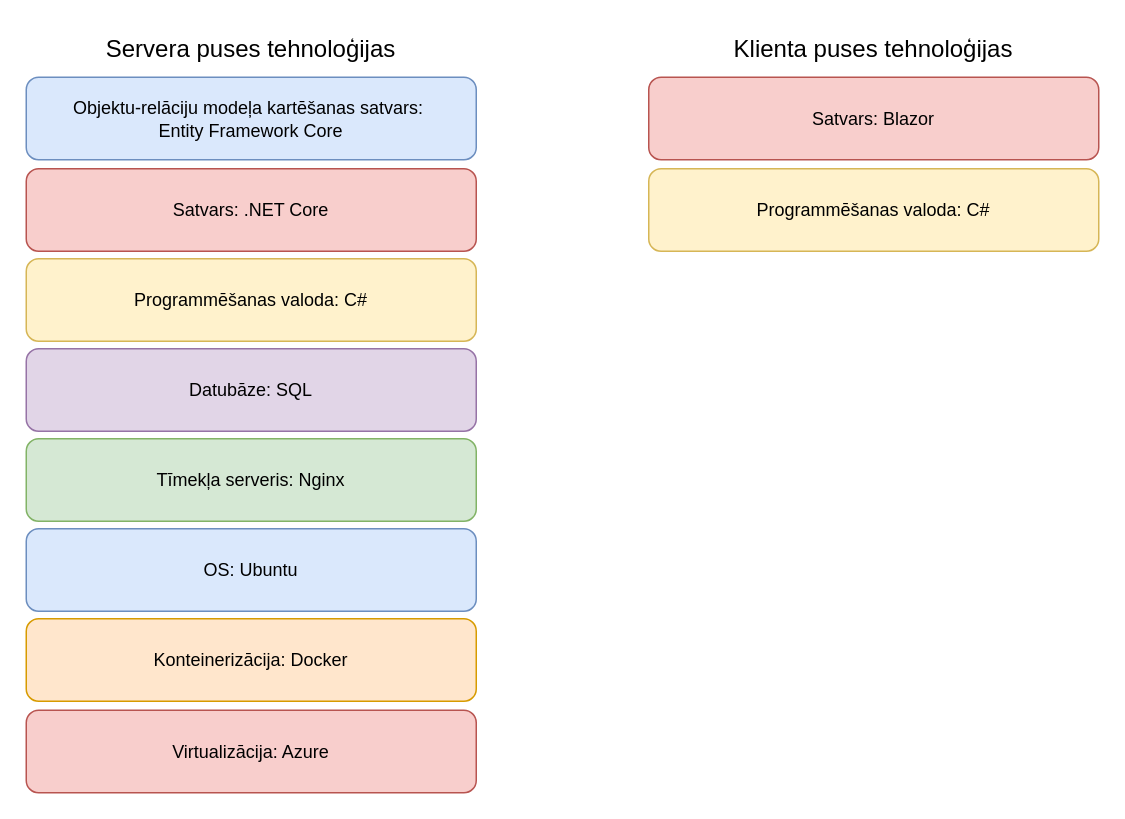
danielsculka/projektesanas-laboratorija keeps this draw.io diagram as diagrams/TehnologijuSteks.drawio. Above is the earlier version. Source tidied: cells renumbered, new cells numbered last; positions are measured from the earlier drawing's top-left corner, leaving out a move shared by most shapes. Both pictures are drawn from the tidied source at 150%, with x=0, y=0 at pixel (26, 26).
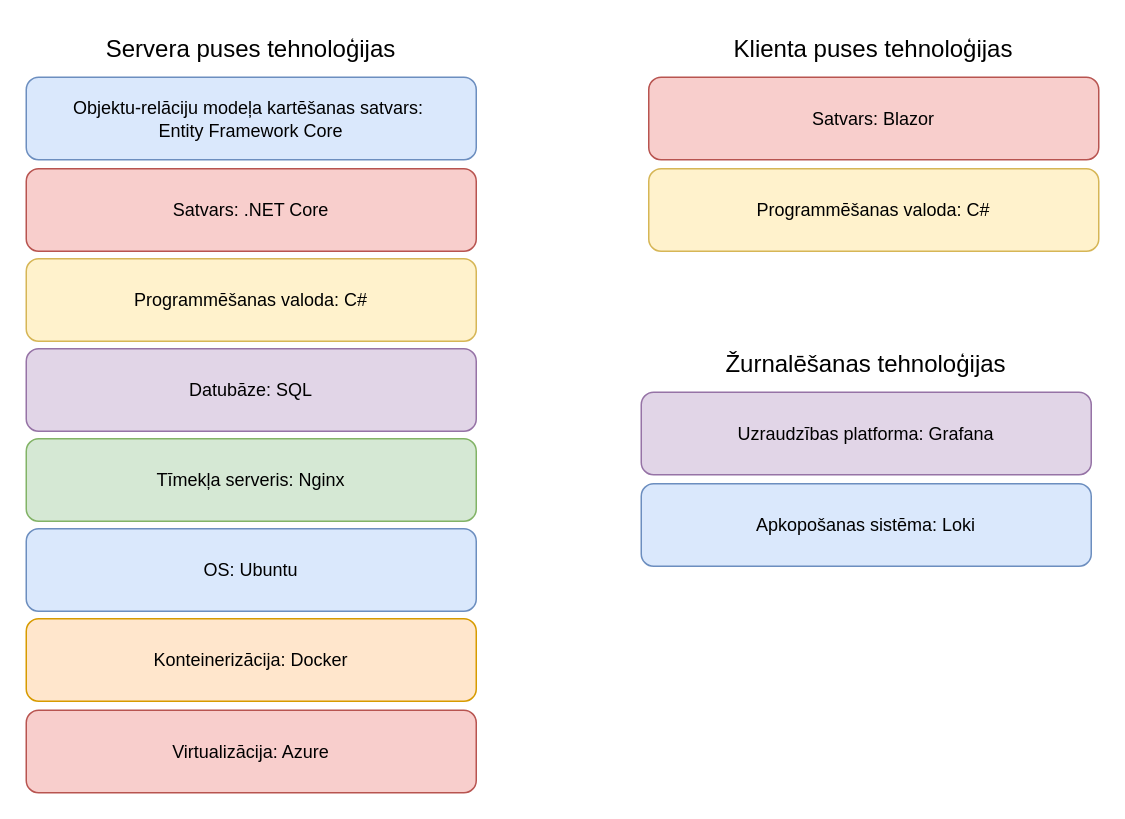
After the change.

The edit, as a diff of the source:
```diff
@@
 <mxGraphModel>
   <root>
     <mxCell id="0" />
     <mxCell id="1" parent="0" />
     <mxCell id="2" value="OS: Ubuntu" style="rounded=1;whiteSpace=wrap;html=1;fillColor=#dae8fc;strokeColor=#6c8ebf;" parent="1" vertex="1">
       <mxGeometry y="335" width="300" height="55" as="geometry" />
     </mxCell>
     <mxCell id="3" value="Datubāze: SQL" style="rounded=1;whiteSpace=wrap;html=1;fillColor=#e1d5e7;strokeColor=#9673a6;" parent="1" vertex="1">
       <mxGeometry y="215" width="300" height="55" as="geometry" />
     </mxCell>
     <mxCell id="4" value="Tīmekļa serveris: Nginx" style="rounded=1;whiteSpace=wrap;html=1;fillColor=#d5e8d4;strokeColor=#82b366;" parent="1" vertex="1">
       <mxGeometry y="275" width="300" height="55" as="geometry" />
     </mxCell>
     <mxCell id="5" value="Konteinerizācija: Docker" style="rounded=1;whiteSpace=wrap;html=1;fillColor=#ffe6cc;strokeColor=#d79b00;" parent="1" vertex="1">
       <mxGeometry y="395" width="300" height="55" as="geometry" />
     </mxCell>
     <mxCell id="6" value="Programmēšanas valoda: C#" style="rounded=1;whiteSpace=wrap;html=1;fillColor=#fff2cc;strokeColor=#d6b656;" parent="1" vertex="1">
       <mxGeometry y="155" width="300" height="55" as="geometry" />
     </mxCell>
     <mxCell id="7" value="Satvars: .NET Core" style="rounded=1;whiteSpace=wrap;html=1;fillColor=#f8cecc;strokeColor=#b85450;" parent="1" vertex="1">
       <mxGeometry y="95" width="300" height="55" as="geometry" />
     </mxCell>
     <mxCell id="8" value="Virtualizācija: Azure" style="rounded=1;whiteSpace=wrap;html=1;fillColor=#f8cecc;strokeColor=#b85450;" parent="1" vertex="1">
       <mxGeometry y="456" width="300" height="55" as="geometry" />
     </mxCell>
     <mxCell id="9" value="Servera puses tehnoloģijas" style="text;html=1;align=center;verticalAlign=middle;whiteSpace=wrap;rounded=0;fontSize=16;fontStyle=0;" parent="1" vertex="1">
       <mxGeometry x="40" width="220" height="30" as="geometry" />
     </mxCell>
     <mxCell id="10" value="Klienta puses tehnoloģijas" style="text;html=1;align=center;verticalAlign=middle;whiteSpace=wrap;rounded=0;fontSize=16;" parent="1" vertex="1">
       <mxGeometry x="470" width="190" height="30" as="geometry" />
     </mxCell>
     <mxCell id="11" value="Satvars: Blazor" style="rounded=1;whiteSpace=wrap;html=1;fillColor=#f8cecc;strokeColor=#b85450;" parent="1" vertex="1">
       <mxGeometry x="415" y="34" width="300" height="55" as="geometry" />
     </mxCell>
     <mxCell id="12" value="Programmēšanas valoda: C#" style="rounded=1;whiteSpace=wrap;html=1;fillColor=#fff2cc;strokeColor=#d6b656;" parent="1" vertex="1">
       <mxGeometry x="415" y="95" width="300" height="55" as="geometry" />
     </mxCell>
     <mxCell id="13" value="Objektu-relāciju modeļa kartēšanas satvars:&amp;nbsp;&lt;div&gt;Entity Framework Core&lt;/div&gt;" style="rounded=1;whiteSpace=wrap;html=1;fillColor=#dae8fc;strokeColor=#6c8ebf;" parent="1" vertex="1">
       <mxGeometry y="34" width="300" height="55" as="geometry" />
     </mxCell>
+    <mxCell id="14" value="Žurnalēšanas tehnoloģijas" style="text;html=1;align=center;verticalAlign=middle;whiteSpace=wrap;rounded=0;fontSize=16;" parent="1" vertex="1">
+      <mxGeometry x="465" y="210" width="190" height="30" as="geometry" />
+    </mxCell>
+    <mxCell id="15" value="Uzraudzības platforma: Grafana" style="rounded=1;whiteSpace=wrap;html=1;fillColor=#e1d5e7;strokeColor=#9673a6;" parent="1" vertex="1">
+      <mxGeometry x="410" y="244" width="300" height="55" as="geometry" />
+    </mxCell>
+    <mxCell id="16" value="Apkopošanas sistēma: Loki" style="rounded=1;whiteSpace=wrap;html=1;fillColor=#dae8fc;strokeColor=#6c8ebf;" parent="1" vertex="1">
+      <mxGeometry x="410" y="305" width="300" height="55" as="geometry" />
+    </mxCell>
   </root>
 </mxGraphModel>
```
